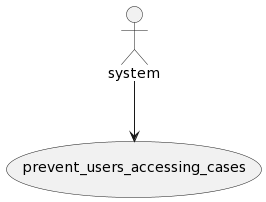
The PlantUML diagram uml_converter/app/templates/puml.png in ashwinkrishna979/uml_generator, before a commit.
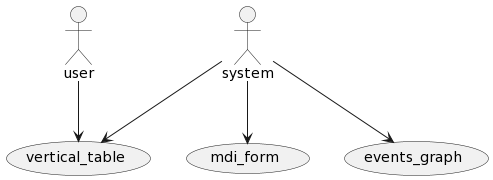
The same file after the commit.

Commit message:
made changes in uml code gen

Diff of the diagram source:
```diff
@@ -1,5 +1,11 @@
 @startuml
 actor system as f0
-usecase prevent_users_accessing_cases as u0
+actor user as f1
+usecase vertical_table as u0
+usecase mdi_form as u1
+usecase events_graph as u2
+f0 --> u1
 f0 --> u0
+f0 --> u2
+f1 --> u0
 @enduml
```
